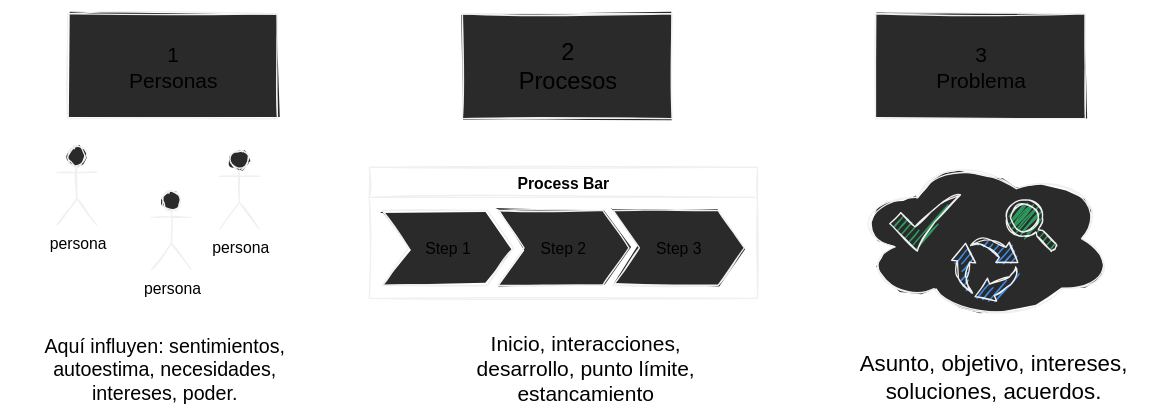
matiaspakua/tech.notes.io keeps this draw.io diagram as pages/leadership/componentes_conflicto.svg. Above is the earlier version. Source tidied: cells renumbered, new cells last; positions are measured from the earlier drawing's top-left corner, leaving out a move shared by most shapes.
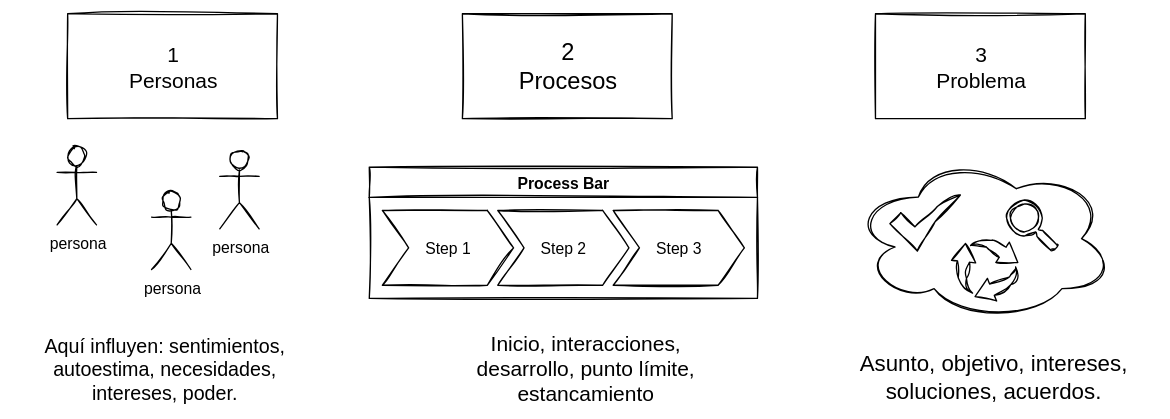
After the commit.

The edit, as a diff of the source:
```diff
@@ -2,46 +2,46 @@
   <root>
     <mxCell id="0" />
     <mxCell id="1" parent="0" />
-    <mxCell id="2" value="&lt;font style=&quot;font-size: 16px&quot;&gt;1&lt;br&gt;Personas&lt;/font&gt;" style="rounded=0;whiteSpace=wrap;html=1;fontColor=#000000;" parent="1" vertex="1">
+    <mxCell id="2" value="&lt;font style=&quot;font-size: 16px&quot;&gt;1&lt;br&gt;Personas&lt;/font&gt;" style="rounded=0;whiteSpace=wrap;html=1;fillColor=#FFFFFF;" parent="1" vertex="1">
       <mxGeometry x="23" width="160" height="80" as="geometry" />
     </mxCell>
-    <mxCell id="3" value="&lt;font style=&quot;font-size: 18px&quot;&gt;2&lt;br&gt;Procesos&lt;/font&gt;" style="rounded=0;whiteSpace=wrap;html=1;fontColor=#000000;" parent="1" vertex="1">
+    <mxCell id="3" value="&lt;font style=&quot;font-size: 18px&quot;&gt;2&lt;br&gt;Procesos&lt;/font&gt;" style="rounded=0;whiteSpace=wrap;html=1;fillColor=#FFFFFF;" parent="1" vertex="1">
       <mxGeometry x="324" width="160" height="80" as="geometry" />
     </mxCell>
-    <mxCell id="4" value="&lt;font style=&quot;font-size: 16px&quot;&gt;3&lt;br&gt;Problema&lt;/font&gt;" style="rounded=0;whiteSpace=wrap;html=1;fontColor=#000000;" parent="1" vertex="1">
+    <mxCell id="4" value="&lt;font style=&quot;font-size: 16px&quot;&gt;3&lt;br&gt;Problema&lt;/font&gt;" style="rounded=0;whiteSpace=wrap;html=1;fillColor=#FFFFFF;" parent="1" vertex="1">
       <mxGeometry x="639" width="160" height="80" as="geometry" />
     </mxCell>
-    <mxCell id="5" value="persona" style="shape=umlActor;verticalLabelPosition=bottom;verticalAlign=top;html=1;fontColor=#000000;" parent="1" vertex="1">
+    <mxCell id="5" value="persona" style="shape=umlActor;verticalLabelPosition=bottom;verticalAlign=top;html=1;fillColor=#FFFFFF;" parent="1" vertex="1">
       <mxGeometry x="15" y="101" width="30" height="60" as="geometry" />
     </mxCell>
-    <mxCell id="6" value="persona" style="shape=umlActor;verticalLabelPosition=bottom;verticalAlign=top;html=1;fontColor=#000000;" parent="1" vertex="1">
+    <mxCell id="6" value="persona" style="shape=umlActor;verticalLabelPosition=bottom;verticalAlign=top;html=1;fillColor=#FFFFFF;" parent="1" vertex="1">
       <mxGeometry x="87" y="135" width="30" height="60" as="geometry" />
     </mxCell>
-    <mxCell id="7" value="persona" style="shape=umlActor;verticalLabelPosition=bottom;verticalAlign=top;html=1;fontColor=#000000;" parent="1" vertex="1">
+    <mxCell id="7" value="persona" style="shape=umlActor;verticalLabelPosition=bottom;verticalAlign=top;html=1;fillColor=#FFFFFF;" parent="1" vertex="1">
       <mxGeometry x="139" y="104" width="30" height="60" as="geometry" />
     </mxCell>
-    <mxCell id="8" value="Process Bar" style="swimlane;horizontal=1;fillColor=none;stackBorder=10;align=center;fontColor=#000000;" parent="1" vertex="1">
+    <mxCell id="8" value="Process Bar" style="swimlane;horizontal=1;stackBorder=10;align=center;fillColor=#FFFFFF;" parent="1" vertex="1">
       <mxGeometry x="253" y="117" width="296" height="100" as="geometry" />
     </mxCell>
-    <mxCell id="9" value="Step 1" style="shape=step;perimeter=stepPerimeter;fixedSize=1;fontColor=#000000;" parent="8" vertex="1">
+    <mxCell id="9" value="Step 1" style="shape=step;perimeter=stepPerimeter;fixedSize=1;fillColor=#FFFFFF;" parent="8" vertex="1">
       <mxGeometry x="10" y="33" width="100" height="57" as="geometry" />
     </mxCell>
-    <mxCell id="10" value="Step 2" style="shape=step;perimeter=stepPerimeter;fixedSize=1;fontColor=#000000;" parent="8" vertex="1">
+    <mxCell id="10" value="Step 2" style="shape=step;perimeter=stepPerimeter;fixedSize=1;fillColor=#FFFFFF;" parent="8" vertex="1">
       <mxGeometry x="98" y="33" width="100" height="57" as="geometry" />
     </mxCell>
-    <mxCell id="11" value="Step 3" style="shape=step;perimeter=stepPerimeter;fixedSize=1;fontColor=#000000;" parent="8" vertex="1">
+    <mxCell id="11" value="Step 3" style="shape=step;perimeter=stepPerimeter;fixedSize=1;fillColor=#FFFFFF;" parent="8" vertex="1">
       <mxGeometry x="186" y="33" width="100" height="57" as="geometry" />
     </mxCell>
     <mxCell id="12" style="ellipse;shape=cloud;whiteSpace=wrap;html=1;fontColor=#000000;" parent="1" vertex="1">
       <mxGeometry x="622" y="108" width="199" height="127" as="geometry" />
     </mxCell>
-    <mxCell id="13" style="html=1;shadow=0;align=center;verticalAlign=top;fillColor=#2D9C5E;shape=mxgraph.gcp2.check;fontColor=#000000;" parent="1" vertex="1">
+    <mxCell id="13" style="html=1;shadow=0;align=center;verticalAlign=top;shape=mxgraph.gcp2.check;fillColor=#FFFFFF;" parent="1" vertex="1">
       <mxGeometry x="650" y="138" width="53.8" height="43" as="geometry" />
     </mxCell>
-    <mxCell id="14" style="html=1;shadow=0;align=center;verticalAlign=top;fillColor=#2D9C5E;shape=mxgraph.gcp2.search;fontColor=#000000;" parent="1" vertex="1">
+    <mxCell id="14" style="html=1;shadow=0;align=center;verticalAlign=top;shape=mxgraph.gcp2.search;fillColor=#FFFFFF;" parent="1" vertex="1">
       <mxGeometry x="739" y="142" width="38.6" height="39" as="geometry" />
     </mxCell>
-    <mxCell id="15" style="html=1;shadow=0;align=center;verticalAlign=top;fillColor=#3B8DF1;shape=mxgraph.gcp2.arrow_cycle;fontColor=#000000;" parent="1" vertex="1">
+    <mxCell id="15" style="html=1;shadow=0;align=center;verticalAlign=top;shape=mxgraph.gcp2.arrow_cycle;fillColor=#FFFFFF;" parent="1" vertex="1">
       <mxGeometry x="697" y="171" width="50.5" height="48" as="geometry" />
     </mxCell>
     <mxCell id="16" value="&lt;font style=&quot;font-size: 15px&quot;&gt;Aquí influyen: sentimientos,&lt;br&gt;autoestima, necesidades, &lt;br&gt;intereses, poder.&lt;/font&gt;" style="text;html=1;align=center;verticalAlign=middle;strokeColor=none;fontColor=#000000;" parent="1" vertex="1">
```
